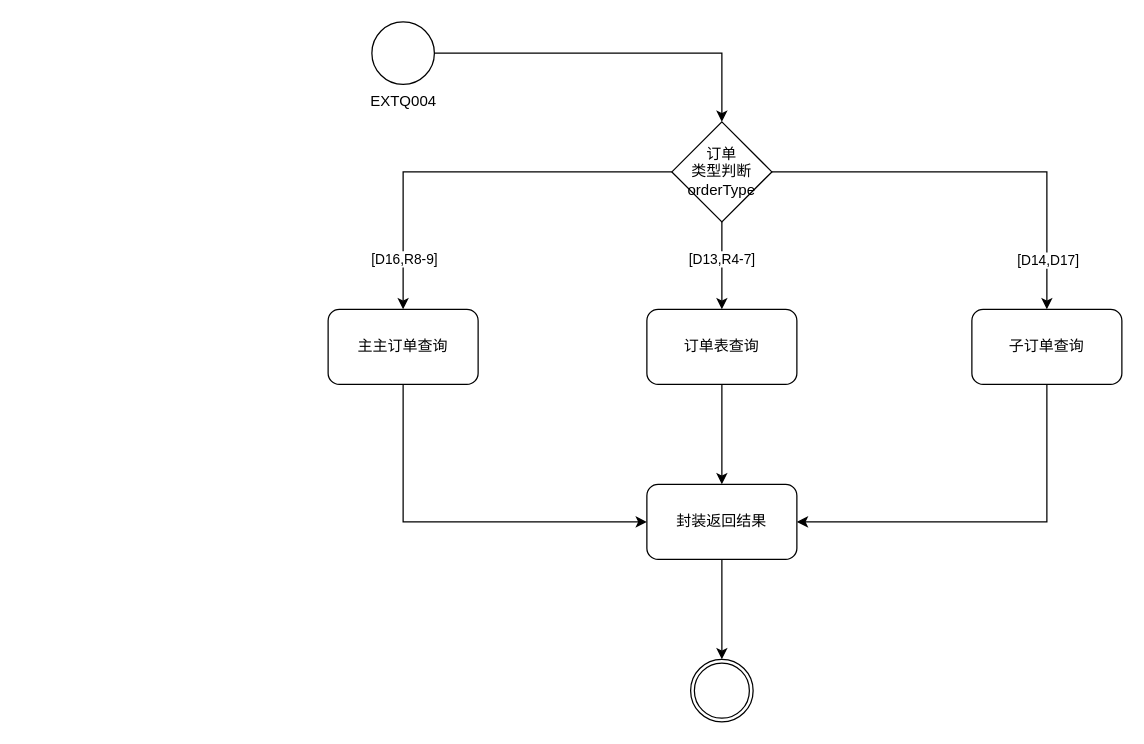
This is Untitled 订单超时查询（EXTQ004）.drawio from moshan123/draw, a draw.io file, before an edit. Source tidied: cells renumbered, new cells numbered last; positions are measured from the earlier drawing's top-left corner, leaving out a move shared by most shapes. Both pictures are drawn from the tidied source at 125%, with x=0, y=0 at pixel (328, 21).
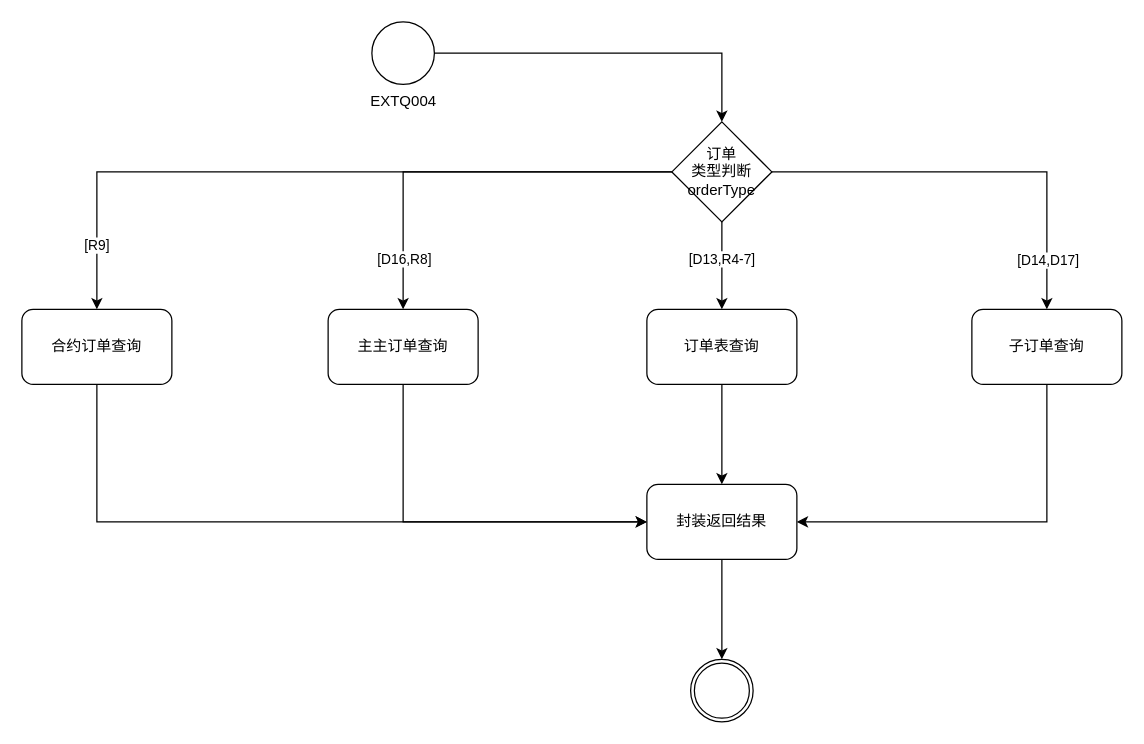
The same page after the edit.

Commit message:
Update Untitled 订单超时查询（EXTQ004）.drawio

The change refers to these unchanged cells:
```xml
<mxCell id="5" style="edgeStyle=orthogonalEdgeStyle;rounded=0;jettySize=auto;html=1;" parent="1" edge="1" source="10" target="12">
  <mxGeometry relative="1" as="geometry" />
</mxCell>
<mxCell id="10" value="订单&lt;br&gt;类型判断orderType" style="rhombus;verticalAlign=middle;labelBackgroundColor=none;labelBorderColor=none;whiteSpace=wrap;html=1;fontStyle=0;" parent="1" vertex="1">
  <mxGeometry x="275" y="80" width="80" height="80" as="geometry" />
</mxCell>
<mxCell id="18" value="封装返回结果" style="rounded=1;whiteSpace=wrap;html=1;" parent="1" vertex="1">
  <mxGeometry x="255" y="370" width="120" height="60" as="geometry" />
</mxCell>
```

What changed in the source:
```diff
@@
-    <mxCell id="6" value="[D16,R8-9]" style="edgeLabel;html=1;align=center;verticalAlign=middle;" parent="5" vertex="1">
+    <mxCell id="6" value="[D16,R8]" style="edgeLabel;html=1;align=center;verticalAlign=middle;" parent="5" vertex="1">
       <mxGeometry x="0.57" y="-4" relative="1" as="geometry">
         <mxPoint x="4" y="29" as="offset" />
       </mxGeometry>
     </mxCell>
@@
+    <mxCell id="19" value="[R9]" style="edgeStyle=orthogonalEdgeStyle;rounded=0;jettySize=auto;html=1;" parent="1" edge="1" source="10" target="21">
+      <mxGeometry x="0.82" relative="1" as="geometry" />
+    </mxCell>
@@
+    <mxCell id="20" style="edgeStyle=orthogonalEdgeStyle;rounded=0;jettySize=auto;html=1;entryX=0;entryY=0.5;entryDx=0;entryDy=0;" parent="1" edge="1" source="21" target="18">
+      <mxGeometry relative="1" as="geometry">
+        <Array as="points">
+          <mxPoint x="-185" y="400" />
+        </Array>
+      </mxGeometry>
+    </mxCell>
+    <mxCell id="21" value="合约订单查询" style="rounded=1;whiteSpace=wrap;html=1;" parent="1" vertex="1">
+      <mxGeometry x="-245" y="230" width="120" height="60" as="geometry" />
+    </mxCell>
```
